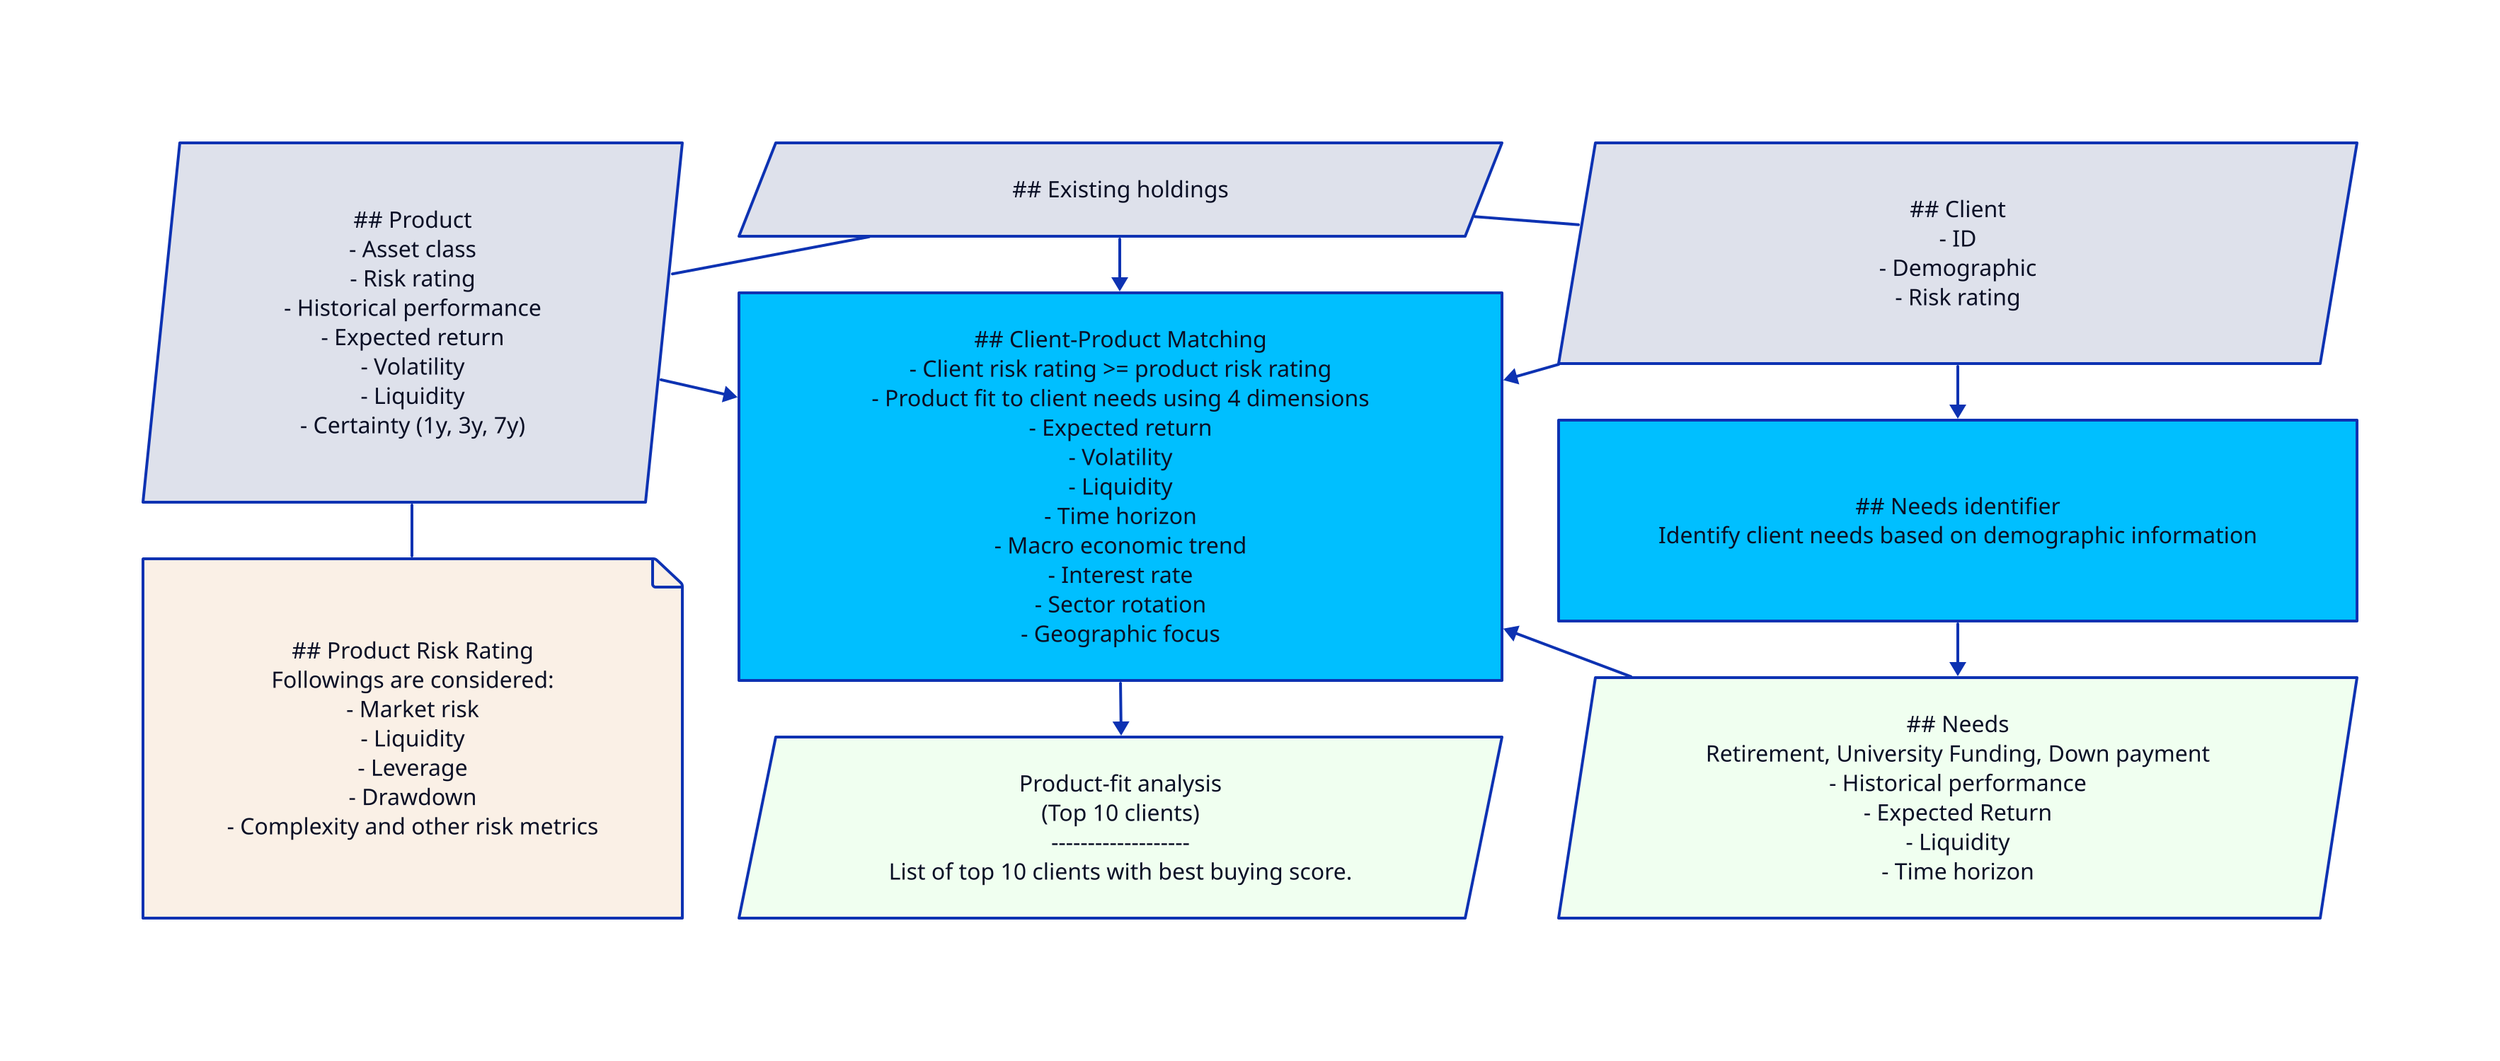
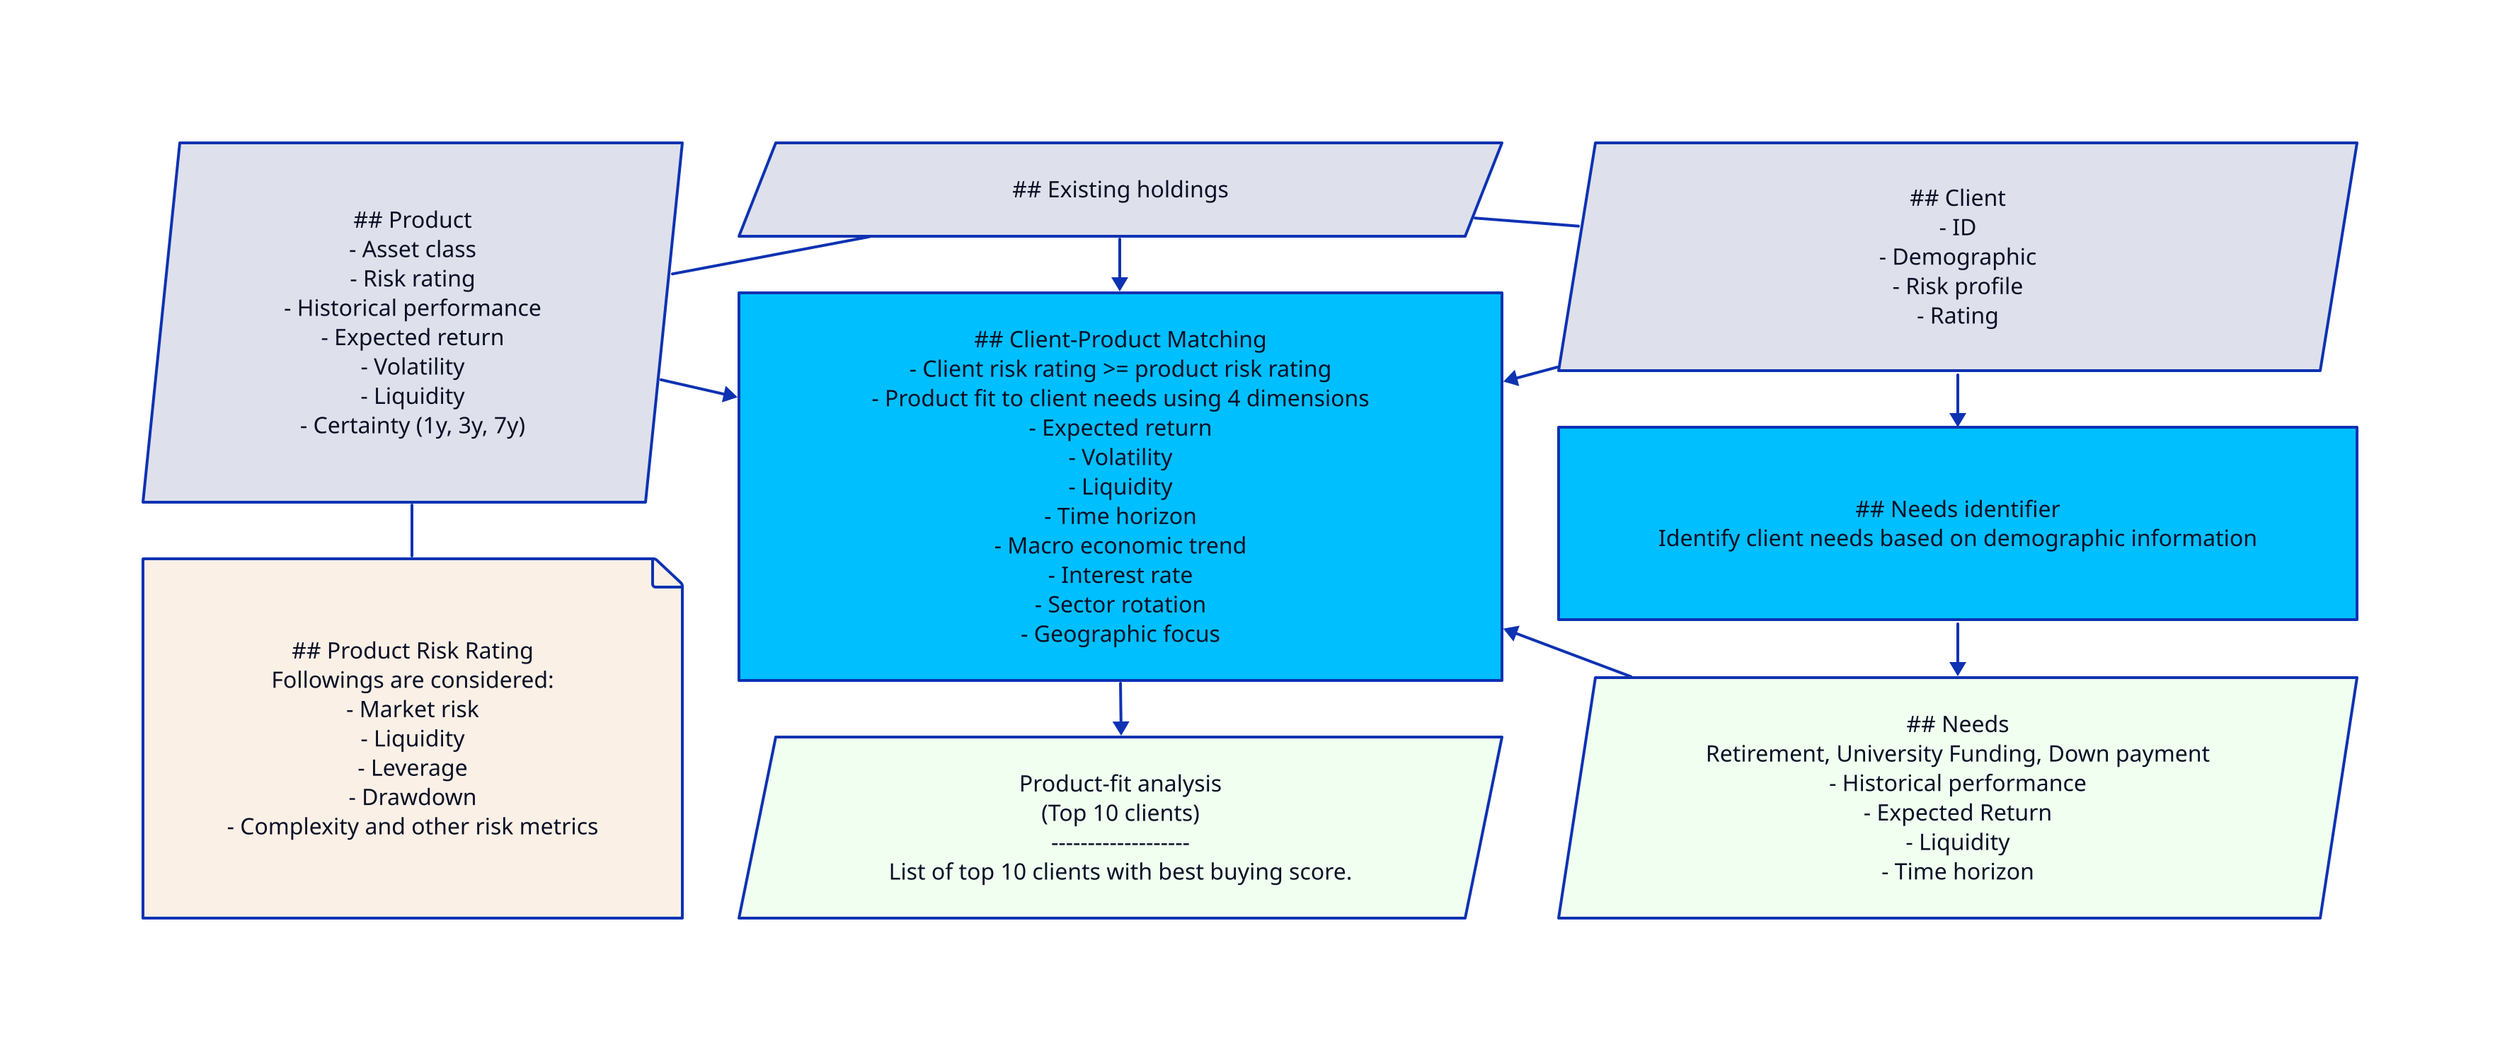
grid-columns: 3

Product: |md
    ## Product
    - Asset class
    - Risk rating
    - Historical performance
    - Expected return
    - Volatility
    - Liquidity
    - Certainty (1y, 3y, 7y)
|
product.shape: parallelogram

prr: |md
    ## Product Risk Rating
    Followings are considered:
    - Market risk
    - Liquidity
    - Leverage
    - Drawdown
    - Complexity and other risk metrics
|
prr.shape: page
prr.style.fill: linen

product -- prr

holding: |md
    ## Existing holdings
|
holding.shape: parallelogram

cpm: |md
    ## Client-Product Matching
    - Client risk rating >= product risk rating
    - Product fit to client needs using 4 dimensions
        - Expected return
        - Volatility
        - Liquidity
        - Time horizon
    - Macro economic trend
        - Interest rate
        - Sector rotation
        - Geographic focus
|
cpm.shape: rectangle
cpm.style.fill: deepskyblue

pfa: |md
    Product-fit analysis
     (Top 10 clients)
    -------------------
    List of top 10 clients with best buying score.
|
pfa.shape: parallelogram
pfa.style.fill: honeydew

holding -> cpm

Client: |md
    ## Client
    - ID
    - Demographic
-     - Risk rating
+     - Risk profile
+         - Rating
|
client.shape: parallelogram

product -- holding -- client

need_id: |md
    ## Needs identifier
    Identify client needs based on demographic information
|
need_id.shape: rectangle
need_id.style.fill: deepskyblue
# darkseagreen

Needs: |md
    ## Needs
    Retirement, University Funding, Down payment
    - Historical performance
    - Expected Return
    - Liquidity
    - Time horizon
|
needs.shape: parallelogram
needs.style.fill: honeydew

client -> cpm
product -> cpm
Client -> need_id -> Needs -> cpm
cpm -> pfa
